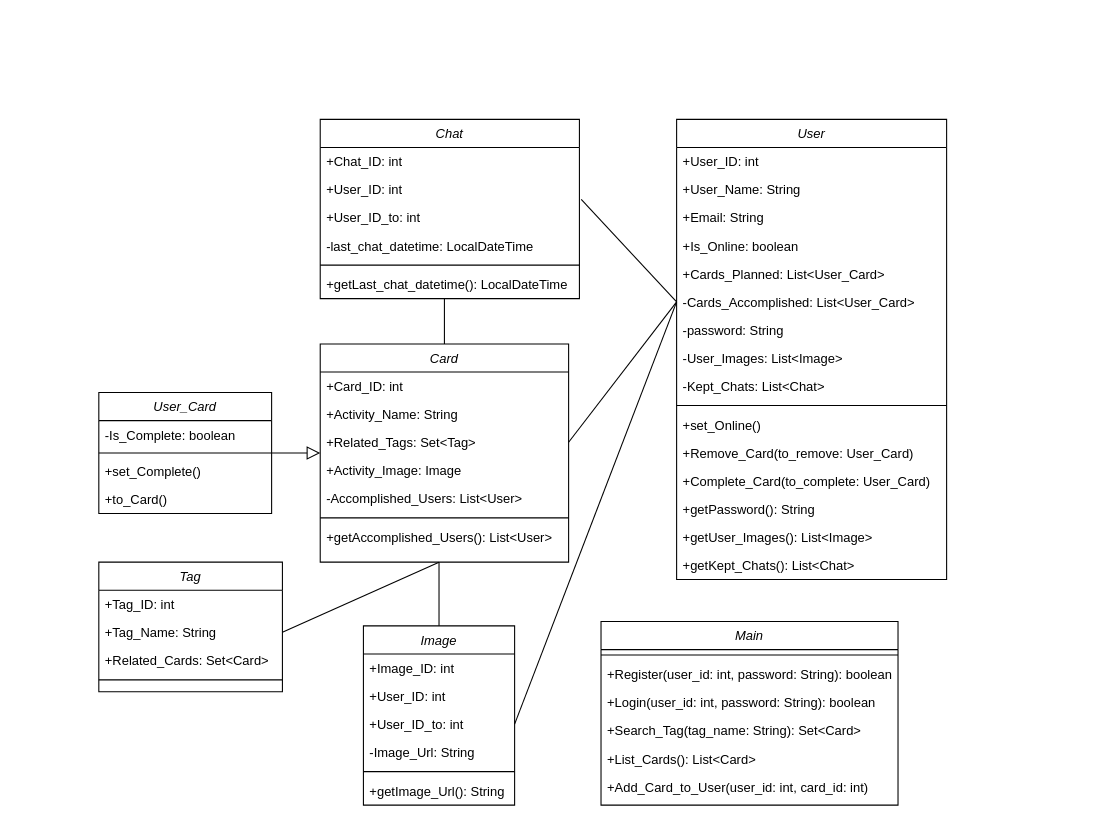
Before: Class_Diagram.drawio in Enji-shaking/Virtual-Mate, a draw.io diagram. Source tidied: cells renumbered, new cells numbered last; positions are measured from the earlier drawing's top-left corner, leaving out a move shared by most shapes. Both pictures are drawn from the tidied source at 108%, with x=0, y=0 at pixel (98, 119).
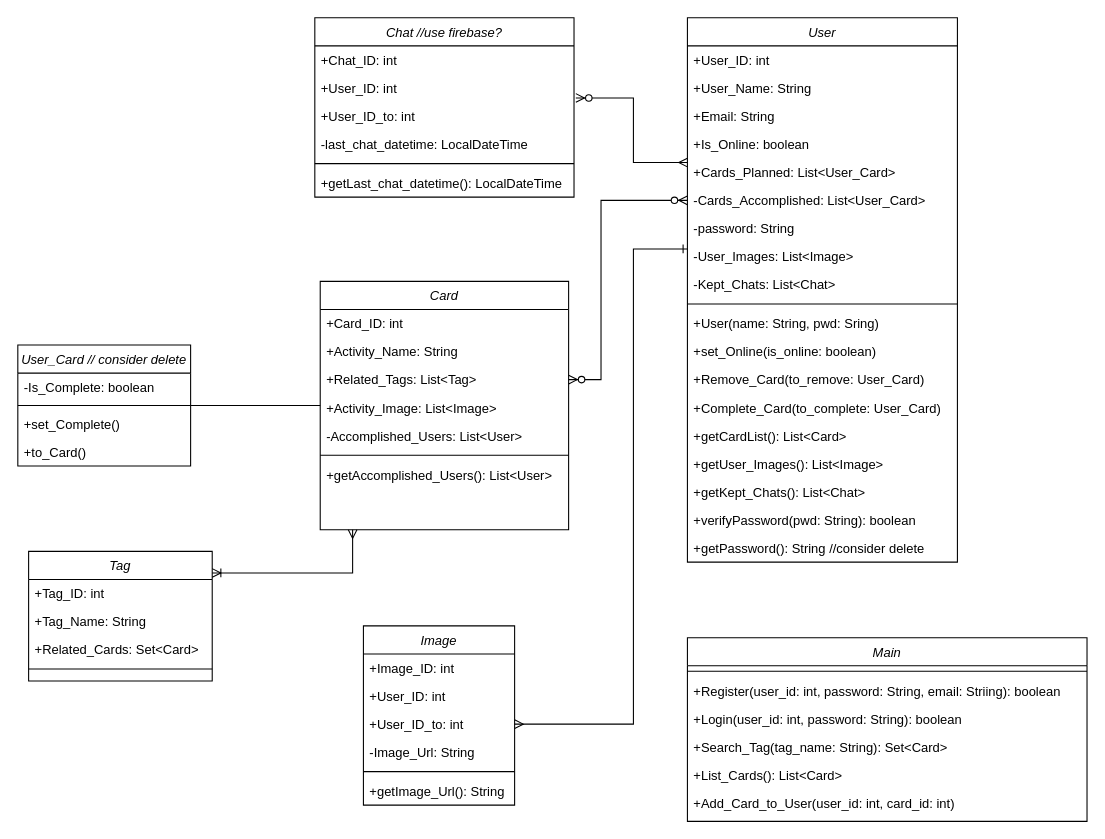
The same page after the edit.

The change refers to these unchanged cells:
```xml
<mxCell id="18" value="+User_ID: int" style="text;align=left;verticalAlign=top;spacingLeft=4;spacingRight=4;overflow=hidden;points=[[0,0.5],[1,0.5]];portConstraint=eastwest;rounded=0;shadow=0;html=0;" parent="16" vertex="1">
  <mxGeometry y="52" width="240" height="26" as="geometry" />
</mxCell>
<mxCell id="24" value="Image" style="swimlane;fontStyle=2;align=center;verticalAlign=top;horizontal=1;startSize=26;rounded=0;shadow=0;strokeWidth=1;" parent="1" vertex="1">
  <mxGeometry x="245" y="469" width="140" height="166" as="geometry" />
</mxCell>
<mxCell id="27" value="+User_ID_to: int" style="text;align=left;verticalAlign=top;spacingLeft=4;spacingRight=4;overflow=hidden;points=[[0,0.5],[1,0.5]];portConstraint=eastwest;rounded=0;shadow=0;html=0;" parent="24" vertex="1">
  <mxGeometry y="78" width="140" height="26" as="geometry" />
</mxCell>
<mxCell id="41" value="+Tag_Name: String" style="text;align=left;verticalAlign=top;spacingLeft=4;spacingRight=4;overflow=hidden;points=[[0,0.5],[1,0.5]];portConstraint=eastwest;rounded=0;shadow=0;html=0;" parent="39" vertex="1">
  <mxGeometry y="52" width="170" height="26" as="geometry" />
</mxCell>
<mxCell id="50" value="-Cards_Accomplished: List&lt;User_Card&gt;" style="text;align=left;verticalAlign=top;spacingLeft=4;spacingRight=4;overflow=hidden;points=[[0,0.5],[1,0.5]];portConstraint=eastwest;" parent="44" vertex="1">
  <mxGeometry y="156" width="250" height="26" as="geometry" />
</mxCell>
```

Diff of the diagram source:
```diff
@@
     <mxCell id="2" value="Card" style="swimlane;fontStyle=2;align=center;verticalAlign=top;horizontal=1;startSize=26;rounded=0;shadow=0;strokeWidth=1;" parent="1" vertex="1">
-      <mxGeometry x="205" y="208" width="230" height="202" as="geometry" />
+      <mxGeometry x="205" y="150" width="230" height="230" as="geometry" />
     </mxCell>
@@
-    <mxCell id="5" value="+Related_Tags: Set&lt;Tag&gt;" style="text;align=left;verticalAlign=top;spacingLeft=4;spacingRight=4;overflow=hidden;points=[[0,0.5],[1,0.5]];portConstraint=eastwest;rounded=0;shadow=0;html=0;" parent="2" vertex="1">
+    <mxCell id="5" value="+Related_Tags: List&lt;Tag&gt;" style="text;align=left;verticalAlign=top;spacingLeft=4;spacingRight=4;overflow=hidden;points=[[0,0.5],[1,0.5]];portConstraint=eastwest;rounded=0;shadow=0;html=0;" parent="2" vertex="1">
       <mxGeometry y="78" width="230" height="26" as="geometry" />
     </mxCell>
-    <mxCell id="6" value="+Activity_Image: Image" style="text;align=left;verticalAlign=top;spacingLeft=4;spacingRight=4;overflow=hidden;rounded=0;shadow=0;html=0;" parent="2" vertex="1">
+    <mxCell id="6" value="+Activity_Image: List&lt;Image&gt;" style="text;align=left;verticalAlign=top;spacingLeft=4;spacingRight=4;overflow=hidden;rounded=0;shadow=0;html=0;" parent="2" vertex="1">
       <mxGeometry y="104" width="230" height="26" as="geometry" />
     </mxCell>
@@
-    <mxCell id="10" value="User_Card" style="swimlane;fontStyle=2;align=center;verticalAlign=top;horizontal=1;startSize=26;rounded=0;shadow=0;strokeWidth=1;" parent="1" vertex="1">
-      <mxGeometry y="253" width="160" height="112" as="geometry" />
+    <mxCell id="10" value="User_Card // consider delete" style="swimlane;fontStyle=2;align=center;verticalAlign=top;horizontal=1;startSize=26;rounded=0;shadow=0;strokeWidth=1;" parent="1" vertex="1">
+      <mxGeometry x="-75" y="209" width="160" height="112" as="geometry" />
     </mxCell>
@@
-    <mxCell id="15" style="endArrow=block;endSize=10;endFill=0;shadow=0;strokeWidth=1;rounded=0;edgeStyle=elbowEdgeStyle;elbow=vertical;" parent="1" edge="1" source="10" target="2">
+    <mxCell id="15" style="endArrow=none;endSize=10;endFill=0;shadow=0;strokeWidth=1;rounded=0;edgeStyle=elbowEdgeStyle;elbow=vertical;" parent="1" edge="1" source="10" target="2">
       <mxGeometry relative="1" as="geometry" />
     </mxCell>
-    <mxCell id="16" value="Chat" style="swimlane;fontStyle=2;align=center;verticalAlign=top;horizontal=1;startSize=26;rounded=0;shadow=0;strokeWidth=1;" parent="1" vertex="1">
-      <mxGeometry x="205" width="240" height="166" as="geometry" />
+    <mxCell id="16" value="Chat //use firebase?" style="swimlane;fontStyle=2;align=center;verticalAlign=top;horizontal=1;startSize=26;rounded=0;shadow=0;strokeWidth=1;" parent="1" vertex="1">
+      <mxGeometry x="200" y="-94" width="240" height="166" as="geometry" />
     </mxCell>
@@
-    <mxCell id="23" style="endArrow=none;html=1;entryX=0.5;entryY=0;entryDx=0;entryDy=0;" parent="1" edge="1" target="2">
-      <mxGeometry relative="1" as="geometry">
-        <mxPoint x="320" y="166" as="sourcePoint" />
-      </mxGeometry>
-    </mxCell>
@@
-    <mxCell id="31" style="endArrow=none;html=1;entryX=0.5;entryY=0;entryDx=0;entryDy=0;" parent="1" edge="1" target="24">
-      <mxGeometry relative="1" as="geometry">
-        <mxPoint x="315" y="410" as="sourcePoint" />
-      </mxGeometry>
-    </mxCell>
     <mxCell id="32" value="Main" style="swimlane;fontStyle=2;align=center;verticalAlign=top;horizontal=1;startSize=26;rounded=0;shadow=0;strokeWidth=1;" parent="1" vertex="1">
-      <mxGeometry x="465" y="465" width="275" height="170" as="geometry" />
+      <mxGeometry x="545" y="480" width="370" height="170" as="geometry" />
     </mxCell>
     <mxCell id="33" style="line;html=1;strokeWidth=1;align=left;verticalAlign=middle;spacingTop=-1;spacingLeft=3;spacingRight=3;labelPosition=right;" parent="32" vertex="1">
-      <mxGeometry y="26" width="275" height="10" as="geometry" />
+      <mxGeometry y="26" width="370" height="10" as="geometry" />
     </mxCell>
-    <mxCell id="34" value="+Register(user_id: int, password: String): boolean" style="text;align=left;verticalAlign=top;spacingLeft=4;spacingRight=4;overflow=hidden;rounded=0;shadow=0;html=0;" parent="32" vertex="1">
-      <mxGeometry y="36" width="275" height="26" as="geometry" />
+    <mxCell id="34" value="+Register(user_id: int, password: String, email: Striing): boolean" style="text;align=left;verticalAlign=top;spacingLeft=4;spacingRight=4;overflow=hidden;rounded=0;shadow=0;html=0;" parent="32" vertex="1">
+      <mxGeometry y="36" width="370" height="26" as="geometry" />
     </mxCell>
     <mxCell id="35" value="+Login(user_id: int, password: String): boolean" style="text;align=left;verticalAlign=top;spacingLeft=4;spacingRight=4;overflow=hidden;rounded=0;shadow=0;html=0;" parent="32" vertex="1">
-      <mxGeometry y="62" width="275" height="26" as="geometry" />
+      <mxGeometry y="62" width="370" height="26" as="geometry" />
     </mxCell>
     <mxCell id="36" value="+Search_Tag(tag_name: String): Set&lt;Card&gt;" style="text;align=left;verticalAlign=top;spacingLeft=4;spacingRight=4;overflow=hidden;rounded=0;shadow=0;html=0;" parent="32" vertex="1">
-      <mxGeometry y="88" width="275" height="26" as="geometry" />
+      <mxGeometry y="88" width="370" height="26" as="geometry" />
     </mxCell>
     <mxCell id="37" value="+List_Cards(): List&lt;Card&gt;" style="text;align=left;verticalAlign=top;spacingLeft=4;spacingRight=4;overflow=hidden;rounded=0;shadow=0;html=0;" parent="32" vertex="1">
-      <mxGeometry y="114" width="275" height="26" as="geometry" />
+      <mxGeometry y="114" width="370" height="26" as="geometry" />
     </mxCell>
     <mxCell id="38" value="+Add_Card_to_User(user_id: int, card_id: int)" style="text;align=left;verticalAlign=top;spacingLeft=4;spacingRight=4;overflow=hidden;rounded=0;shadow=0;html=0;" parent="32" vertex="1">
-      <mxGeometry y="140" width="275" height="26" as="geometry" />
+      <mxGeometry y="140" width="370" height="26" as="geometry" />
     </mxCell>
     <mxCell id="39" value="Tag" style="swimlane;fontStyle=2;align=center;verticalAlign=top;horizontal=1;startSize=26;rounded=0;shadow=0;strokeWidth=1;" parent="1" vertex="1">
-      <mxGeometry y="410" width="170" height="120" as="geometry" />
+      <mxGeometry x="-65" y="400" width="170" height="120" as="geometry" />
     </mxCell>
@@
     <mxCell id="44" value="User" style="swimlane;fontStyle=2;align=center;verticalAlign=top;horizontal=1;startSize=26;rounded=0;shadow=0;strokeWidth=1;" parent="1" vertex="1">
-      <mxGeometry x="535" width="250" height="426" as="geometry" />
+      <mxGeometry x="545" y="-94" width="250" height="504" as="geometry" />
     </mxCell>
@@
+    <mxCell id="65" value="+User(name: String, pwd: Sring)" style="text;align=left;verticalAlign=top;spacingLeft=4;spacingRight=4;overflow=hidden;rounded=0;shadow=0;html=0;" parent="44" vertex="1">
+      <mxGeometry y="270" width="250" height="26" as="geometry" />
+    </mxCell>
-    <mxCell id="55" value="+set_Online()" style="text;align=left;verticalAlign=top;spacingLeft=4;spacingRight=4;overflow=hidden;rounded=0;shadow=0;html=0;" parent="44" vertex="1">
-      <mxGeometry y="270" width="250" height="26" as="geometry" />
+    <mxCell id="55" value="+set_Online(is_online: boolean)" style="text;align=left;verticalAlign=top;spacingLeft=4;spacingRight=4;overflow=hidden;rounded=0;shadow=0;html=0;" parent="44" vertex="1">
+      <mxGeometry y="296" width="250" height="26" as="geometry" />
     </mxCell>
     <mxCell id="56" value="+Remove_Card(to_remove: User_Card)" style="text;align=left;verticalAlign=top;spacingLeft=4;spacingRight=4;overflow=hidden;rounded=0;shadow=0;html=0;" parent="44" vertex="1">
-      <mxGeometry y="296" width="250" height="26" as="geometry" />
+      <mxGeometry y="322" width="250" height="26" as="geometry" />
     </mxCell>
     <mxCell id="57" value="+Complete_Card(to_complete: User_Card)" style="text;align=left;verticalAlign=top;spacingLeft=4;spacingRight=4;overflow=hidden;rounded=0;shadow=0;html=0;" parent="44" vertex="1">
-      <mxGeometry y="322" width="250" height="26" as="geometry" />
+      <mxGeometry y="348" width="250" height="26" as="geometry" />
     </mxCell>
-    <mxCell id="58" value="+getPassword(): String" style="text;align=left;verticalAlign=top;spacingLeft=4;spacingRight=4;overflow=hidden;rounded=0;shadow=0;html=0;" parent="44" vertex="1">
-      <mxGeometry y="348" width="250" height="26" as="geometry" />
-    </mxCell>
+    <mxCell id="66" value="+getCardList(): List&lt;Card&gt;" style="text;align=left;verticalAlign=top;spacingLeft=4;spacingRight=4;overflow=hidden;rounded=0;shadow=0;html=0;" parent="44" vertex="1">
+      <mxGeometry y="374" width="250" height="26" as="geometry" />
+    </mxCell>
     <mxCell id="59" value="+getUser_Images(): List&lt;Image&gt;" style="text;align=left;verticalAlign=top;spacingLeft=4;spacingRight=4;overflow=hidden;rounded=0;shadow=0;html=0;" parent="44" vertex="1">
-      <mxGeometry y="374" width="250" height="26" as="geometry" />
+      <mxGeometry y="400" width="250" height="26" as="geometry" />
     </mxCell>
     <mxCell id="60" value="+getKept_Chats(): List&lt;Chat&gt;" style="text;align=left;verticalAlign=top;spacingLeft=4;spacingRight=4;overflow=hidden;rounded=0;shadow=0;html=0;" parent="44" vertex="1">
-      <mxGeometry y="400" width="250" height="26" as="geometry" />
+      <mxGeometry y="426" width="250" height="26" as="geometry" />
     </mxCell>
+    <mxCell id="67" value="+verifyPassword(pwd: String): boolean" style="text;align=left;verticalAlign=top;spacingLeft=4;spacingRight=4;overflow=hidden;rounded=0;shadow=0;html=0;" parent="44" vertex="1">
+      <mxGeometry y="452" width="250" height="26" as="geometry" />
+    </mxCell>
+    <mxCell id="58" value="+getPassword(): String //consider delete" style="text;align=left;verticalAlign=top;spacingLeft=4;spacingRight=4;overflow=hidden;rounded=0;shadow=0;html=0;" parent="44" vertex="1">
+      <mxGeometry y="478" width="250" height="26" as="geometry" />
+    </mxCell>
-    <mxCell id="61" style="endArrow=none;html=1;entryX=1;entryY=0.5;entryDx=0;entryDy=0;" parent="1" edge="1" target="41">
+    <mxCell id="61" style="endArrow=ERoneToMany;html=1;edgeStyle=elbowEdgeStyle;rounded=0;endFill=0;startArrow=ERmany;startFill=0;" parent="1" edge="1" source="2" target="39">
       <mxGeometry relative="1" as="geometry">
-        <mxPoint x="315" y="410" as="sourcePoint" />
+        <Array as="points">
+          <mxPoint x="235" y="420" />
+          <mxPoint x="265" y="410" />
+        </Array>
       </mxGeometry>
     </mxCell>
-    <mxCell id="62" style="endArrow=none;html=1;entryX=0;entryY=0.5;entryDx=0;entryDy=0;exitX=1.007;exitY=0.853;exitDx=0;exitDy=0;exitPerimeter=0;" parent="1" edge="1" source="18" target="50">
-      <mxGeometry relative="1" as="geometry" />
+    <mxCell id="62" style="endArrow=ERmany;html=1;exitX=1.007;exitY=0.853;exitDx=0;exitDy=0;exitPerimeter=0;edgeStyle=orthogonalEdgeStyle;rounded=0;startArrow=ERzeroToMany;startFill=1;endFill=0;" parent="1" edge="1" source="18" target="44">
+      <mxGeometry relative="1" as="geometry">
+        <Array as="points">
+          <mxPoint x="495" y="-20" />
+          <mxPoint x="495" y="40" />
+        </Array>
+      </mxGeometry>
     </mxCell>
-    <mxCell id="63" style="endArrow=none;html=1;entryX=0;entryY=0.5;entryDx=0;entryDy=0;exitX=1;exitY=0.5;exitDx=0;exitDy=0;" parent="1" edge="1" source="5" target="50">
-      <mxGeometry relative="1" as="geometry" />
+    <mxCell id="63" style="endArrow=ERzeroToMany;html=1;exitX=1;exitY=0.5;exitDx=0;exitDy=0;edgeStyle=orthogonalEdgeStyle;jumpSize=0;rounded=0;startArrow=ERzeroToMany;startFill=1;endFill=1;" parent="1" edge="1" source="5" target="44">
+      <mxGeometry relative="1" as="geometry">
+        <Array as="points">
+          <mxPoint x="465" y="241" />
+          <mxPoint x="465" y="75" />
+        </Array>
+      </mxGeometry>
     </mxCell>
-    <mxCell id="64" style="endArrow=none;html=1;exitX=1;exitY=0.5;exitDx=0;exitDy=0;entryX=0;entryY=0.5;entryDx=0;entryDy=0;" parent="1" edge="1" source="27" target="50">
-      <mxGeometry relative="1" as="geometry" />
+    <mxCell id="64" style="endArrow=ERone;html=1;exitX=1;exitY=0.5;exitDx=0;exitDy=0;edgeStyle=orthogonalEdgeStyle;endSize=6;startSize=6;jumpStyle=none;rounded=0;startArrow=ERmany;startFill=0;endFill=0;" parent="1" edge="1" source="27" target="44">
+      <mxGeometry relative="1" as="geometry">
+        <Array as="points">
+          <mxPoint x="495" y="560" />
+          <mxPoint x="495" y="120" />
+        </Array>
+      </mxGeometry>
     </mxCell>
```
